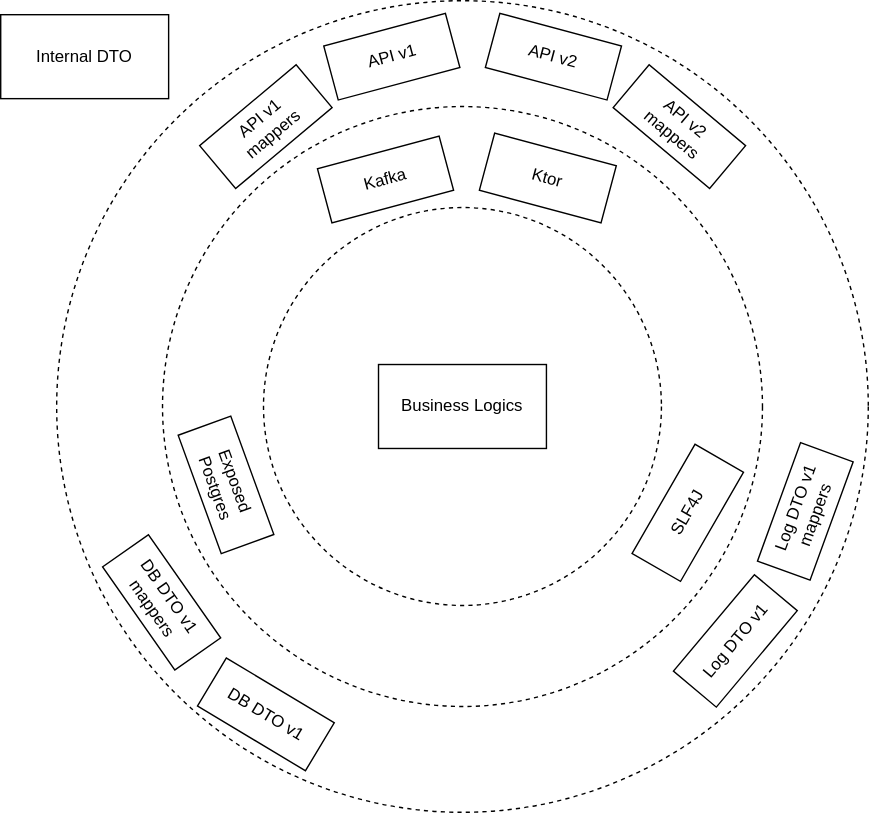
The draw.io diagram docs/04-architecture/imgs/01-architecture.svg in akopovab/ok-bookingservice, before a commit. Source tidied: cells renumbered, new cells last; positions are measured from the earlier drawing's top-left corner, leaving out a move shared by most shapes.
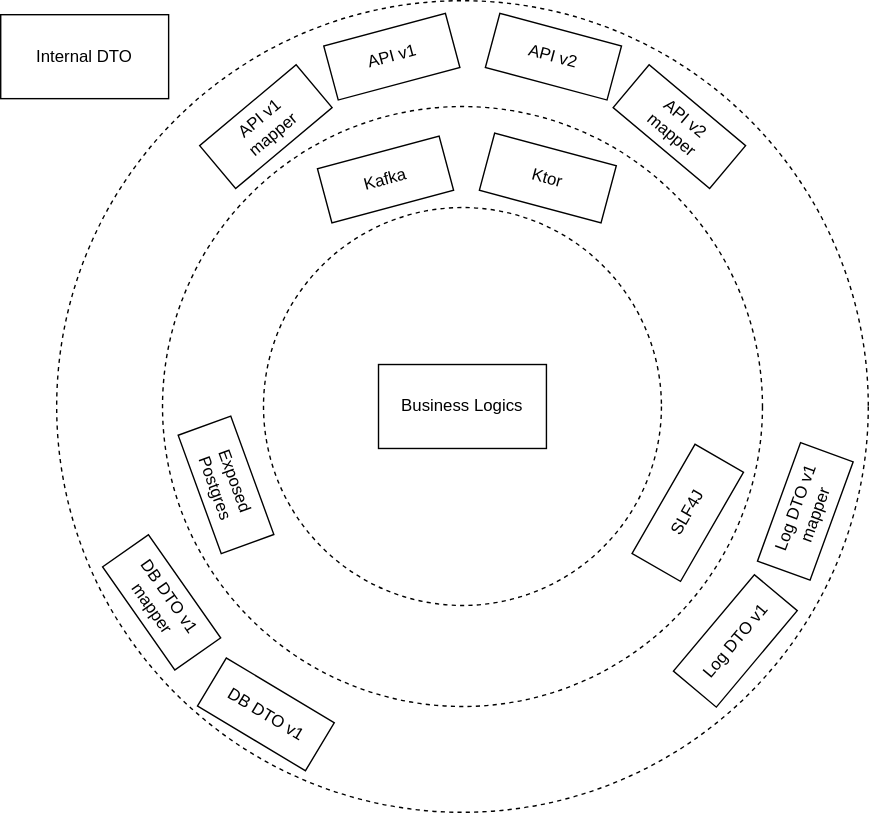
After the change.

What changed in the source:
```diff
@@ -14,19 +14,19 @@
     <mxCell id="5" value="API v2" style="rounded=0;whiteSpace=wrap;html=1;rotation=15;" parent="1" vertex="1">
       <mxGeometry x="350" y="20" width="90" height="40" as="geometry" />
     </mxCell>
-    <mxCell id="6" value="API v1 &lt;br&gt;mappers" style="rounded=0;whiteSpace=wrap;html=1;rotation=-40;" parent="1" vertex="1">
+    <mxCell id="6" value="API v1 &lt;br&gt;mapper" style="rounded=0;whiteSpace=wrap;html=1;rotation=-40;" parent="1" vertex="1">
       <mxGeometry x="144.5" y="70" width="90" height="40" as="geometry" />
     </mxCell>
-    <mxCell id="7" value="API v2 &lt;br&gt;mappers" style="rounded=0;whiteSpace=wrap;html=1;rotation=40;" parent="1" vertex="1">
+    <mxCell id="7" value="API v2 &lt;br&gt;mapper" style="rounded=0;whiteSpace=wrap;html=1;rotation=40;" parent="1" vertex="1">
       <mxGeometry x="440" y="70" width="90" height="40" as="geometry" />
     </mxCell>
     <mxCell id="8" value="DB DTO v1" style="rounded=0;whiteSpace=wrap;html=1;rotation=31;" parent="1" vertex="1">
       <mxGeometry x="144.5" y="490" width="90" height="40" as="geometry" />
     </mxCell>
-    <mxCell id="9" value="DB DTO v1 &lt;br&gt;mappers" style="rounded=0;whiteSpace=wrap;html=1;rotation=55;" parent="1" vertex="1">
+    <mxCell id="9" value="DB DTO v1 &lt;br&gt;mapper" style="rounded=0;whiteSpace=wrap;html=1;rotation=55;" parent="1" vertex="1">
       <mxGeometry x="70" y="410" width="90" height="40" as="geometry" />
     </mxCell>
-    <mxCell id="10" value="Log DTO v1 &lt;br&gt;mappers" style="rounded=0;whiteSpace=wrap;html=1;rotation=-70;" parent="1" vertex="1">
+    <mxCell id="10" value="Log DTO v1 &lt;br&gt;mapper" style="rounded=0;whiteSpace=wrap;html=1;rotation=-70;" parent="1" vertex="1">
       <mxGeometry x="530" y="345" width="90" height="40" as="geometry" />
     </mxCell>
     <mxCell id="11" value="Log DTO v1" style="rounded=0;whiteSpace=wrap;html=1;rotation=-50;" parent="1" vertex="1">
```
